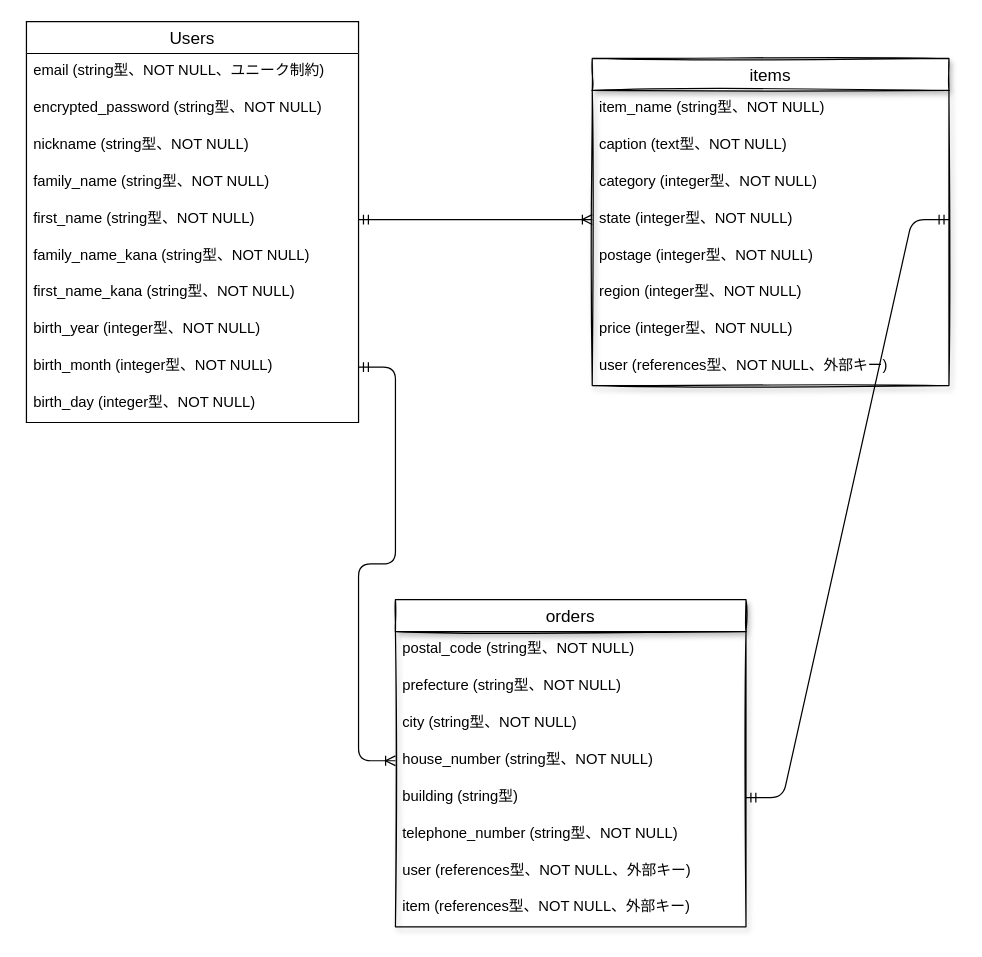
This is er.dio from haruna-katuki/furima-39338, a draw.io file, before an edit. Source tidied: cells renumbered, new cells numbered last; positions are measured from the earlier drawing's top-left corner, leaving out a move shared by most shapes. Both pictures are drawn from the tidied source at 123%, with x=0, y=0 at pixel (26, 21).
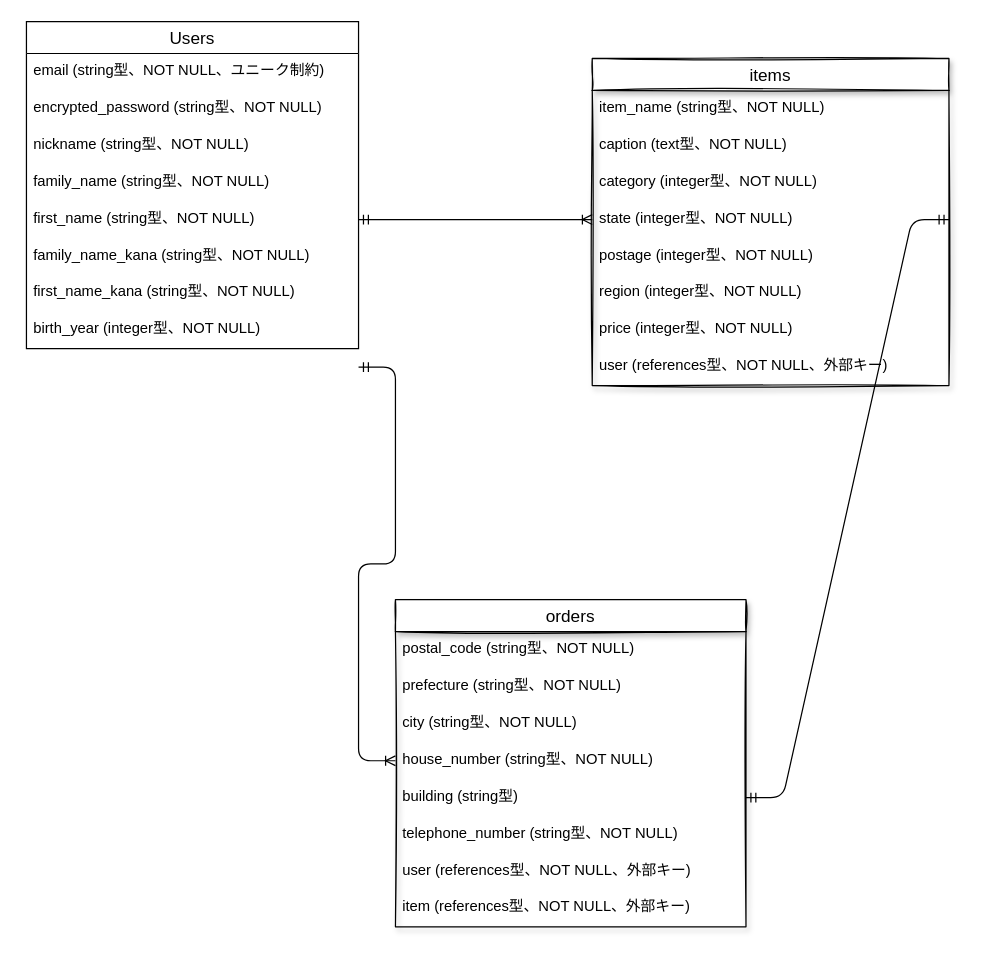
The same page after the edit.

Commit message (it also covers changes not shown here):
生年月日カラムの修正

The change refers to these unchanged cells:
```xml
<mxCell id="26" value="house_number (string型、NOT NULL)" style="text;strokeColor=none;fillColor=none;spacingLeft=4;spacingRight=4;overflow=hidden;points=[[0,0.5],[1,0.5]];portConstraint=eastwest;fontSize=12;shadow=1;sketch=1;" parent="22" vertex="1">
  <mxGeometry y="116" width="285" height="30" as="geometry" />
</mxCell>
```

Change to the diagram source:
```diff
@@
     <mxCell id="2" value="Users" style="swimlane;fontStyle=0;horizontal=1;startSize=26;align=center;fontSize=14;" parent="1" vertex="1">
-      <mxGeometry width="270" height="326" as="geometry" />
+      <mxGeometry width="270" height="266" as="geometry" />
     </mxCell>
@@
-    <mxCell id="11" value="birth_month (integer型、NOT NULL)" style="text;strokeColor=none;fillColor=none;spacingLeft=4;spacingRight=4;overflow=hidden;points=[[0,0.5],[1,0.5]];portConstraint=eastwest;fontSize=12;shadow=1;sketch=1;curveFitting=1;jiggle=2;" parent="2" vertex="1">
-      <mxGeometry y="266" width="270" height="30" as="geometry" />
-    </mxCell>
-    <mxCell id="12" value="birth_day (integer型、NOT NULL)" style="text;strokeColor=none;fillColor=none;spacingLeft=4;spacingRight=4;overflow=hidden;fontSize=12;shadow=1;sketch=1;curveFitting=1;jiggle=2;" parent="2" vertex="1">
-      <mxGeometry y="296" width="270" height="30" as="geometry" />
-    </mxCell>
@@
-    <mxCell id="32" style="edgeStyle=entityRelationEdgeStyle;fontSize=12;html=1;endArrow=ERoneToMany;startArrow=ERmandOne;exitX=1;exitY=0.5;exitDx=0;exitDy=0;entryX=0;entryY=0.5;entryDx=0;entryDy=0;" parent="1" edge="1" source="11" target="26">
-      <mxGeometry relative="1" as="geometry" />
+    <mxCell id="32" style="edgeStyle=entityRelationEdgeStyle;fontSize=12;html=1;endArrow=ERoneToMany;startArrow=ERmandOne;exitX=1;exitY=0.5;exitDx=0;exitDy=0;entryX=0;entryY=0.5;entryDx=0;entryDy=0;" parent="1" edge="1" target="26">
+      <mxGeometry relative="1" as="geometry">
+        <mxPoint x="270" y="281" as="sourcePoint" />
+      </mxGeometry>
     </mxCell>
```
